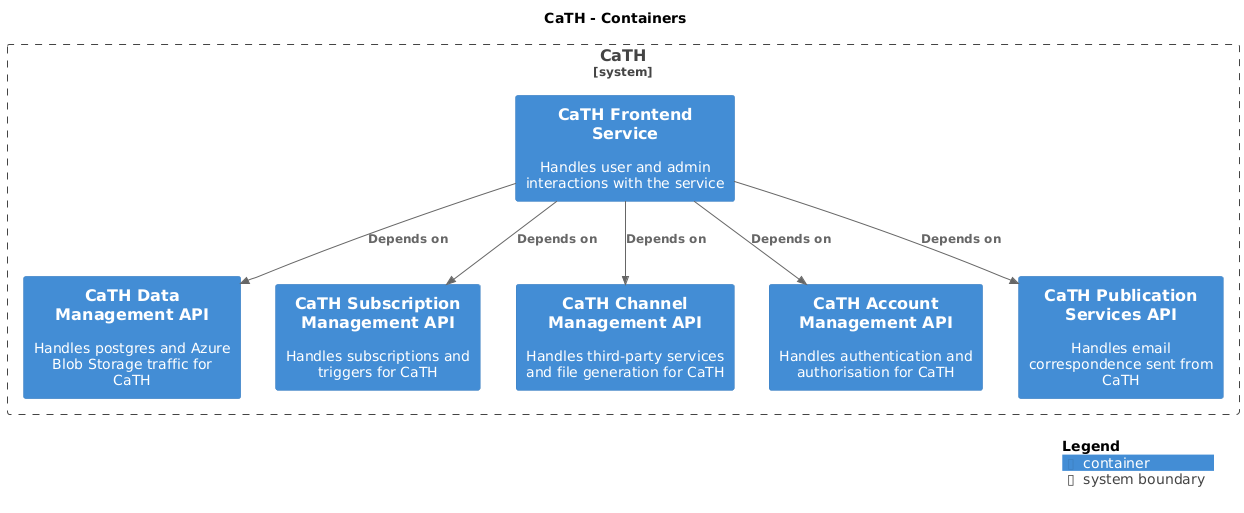
Above: docs/c4/cath/images/structurizr-cath-overview.png in hmcts/cnp-api-docs (PlantUML), before the change.
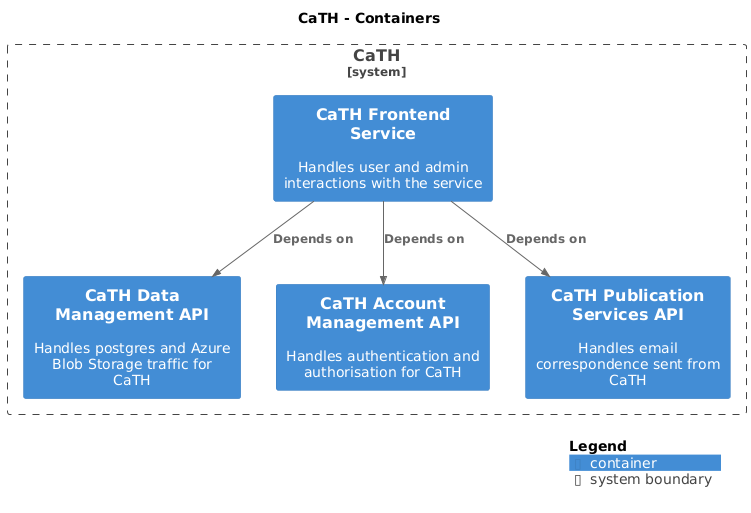
The same diagram one commit later.

What changed in the source:
```diff
@@ -10,16 +10,12 @@
 
 System_Boundary("CaTH_boundary", "CaTH", $tags="") {
   Container(CaTH.CaTHDataManagementAPI, "CaTH Data Management API", $techn="", $descr="Handles postgres and Azure Blob Storage traffic for CaTH", $tags="", $link="")
-  Container(CaTH.CaTHSubscriptionManagementAPI, "CaTH Subscription Management API", $techn="", $descr="Handles subscriptions and triggers for CaTH", $tags="", $link="")
-  Container(CaTH.CaTHChannelManagementAPI, "CaTH Channel Management API", $techn="", $descr="Handles third-party services and file generation for CaTH", $tags="", $link="")
   Container(CaTH.CaTHAccountManagementAPI, "CaTH Account Management API", $techn="", $descr="Handles authentication and authorisation for CaTH", $tags="", $link="")
   Container(CaTH.CaTHPublicationServicesAPI, "CaTH Publication Services API", $techn="", $descr="Handles email correspondence sent from CaTH", $tags="", $link="")
   Container(CaTH.CaTHFrontendService, "CaTH Frontend Service", $techn="", $descr="Handles user and admin interactions with the service", $tags="", $link="")
 }
 
 Rel(CaTH.CaTHFrontendService, CaTH.CaTHDataManagementAPI, "Depends on", $techn="", $tags="", $link="")
-Rel(CaTH.CaTHFrontendService, CaTH.CaTHSubscriptionManagementAPI, "Depends on", $techn="", $tags="", $link="")
-Rel(CaTH.CaTHFrontendService, CaTH.CaTHChannelManagementAPI, "Depends on", $techn="", $tags="", $link="")
 Rel(CaTH.CaTHFrontendService, CaTH.CaTHPublicationServicesAPI, "Depends on", $techn="", $tags="", $link="")
 Rel(CaTH.CaTHFrontendService, CaTH.CaTHAccountManagementAPI, "Depends on", $techn="", $tags="", $link="")
 
```
